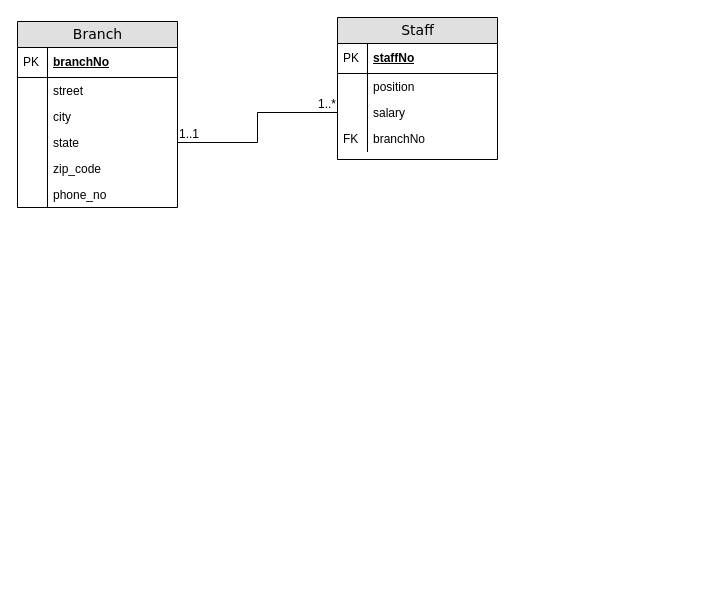
Above: 6623_phase1.drawio in jilv220/UMLs (draw.io), before the change. Source tidied: cells renumbered, new cells numbered last; positions are measured from the earlier drawing's top-left corner, leaving out a move shared by most shapes. Both pictures are drawn from the tidied source at 100%, with x=0, y=0 at pixel (17, 17).
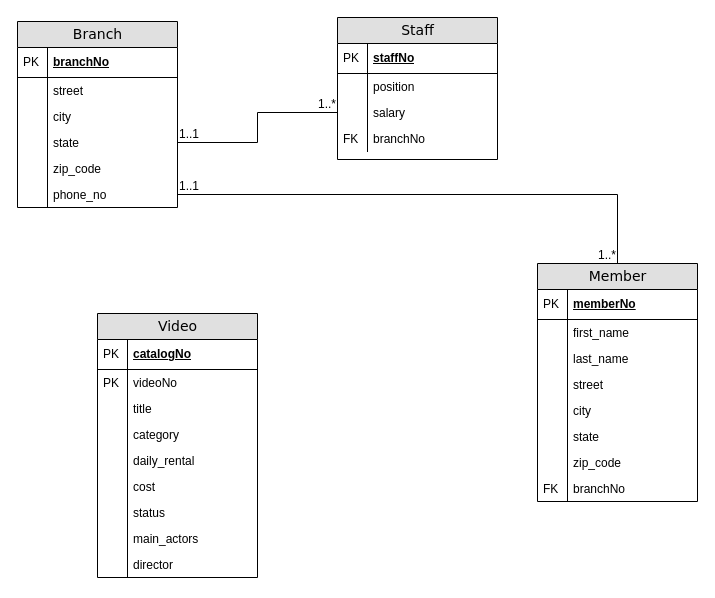
After the change.

The change refers to these unchanged cells:
```xml
<mxCell id="13" value="phone_no" style="shape=partialRectangle;top=0;left=0;right=0;bottom=0;html=1;align=left;verticalAlign=top;fillColor=none;spacingLeft=34;spacingRight=4;whiteSpace=wrap;overflow=hidden;points=[[0,0.5],[1,0.5]];portConstraint=eastwest;" parent="2" vertex="1">
  <mxGeometry y="160" width="160" height="26" as="geometry" />
</mxCell>
```

Diff of the diagram source:
```diff
@@
+    <mxCell id="27" value="Member" style="swimlane;html=1;fontStyle=0;horizontal=1;startSize=26;fillColor=#e0e0e0;swimlaneFillColor=#ffffff;align=center;rounded=0;shadow=0;comic=0;labelBackgroundColor=none;strokeWidth=1;fontFamily=Verdana;fontSize=14;" parent="1" vertex="1">
+      <mxGeometry x="520" y="246" width="160" height="238" as="geometry" />
+    </mxCell>
+    <mxCell id="28" value="memberNo" style="shape=partialRectangle;top=0;left=0;right=0;bottom=1;html=1;align=left;verticalAlign=middle;fillColor=none;spacingLeft=34;spacingRight=4;whiteSpace=wrap;overflow=hidden;fontStyle=5;" parent="27" vertex="1">
+      <mxGeometry y="26" width="160" height="30" as="geometry" />
+    </mxCell>
+    <mxCell id="29" value="PK" style="shape=partialRectangle;top=0;left=0;bottom=0;html=1;fillColor=none;align=left;verticalAlign=middle;spacingLeft=4;spacingRight=4;whiteSpace=wrap;overflow=hidden;" parent="28" vertex="1">
+      <mxGeometry width="30" height="30" as="geometry" />
+    </mxCell>
+    <mxCell id="30" value="first_name" style="shape=partialRectangle;top=0;left=0;right=0;bottom=0;html=1;align=left;verticalAlign=top;fillColor=none;spacingLeft=34;spacingRight=4;whiteSpace=wrap;overflow=hidden;" parent="27" vertex="1">
+      <mxGeometry y="56" width="160" height="26" as="geometry" />
+    </mxCell>
+    <mxCell id="31" style="shape=partialRectangle;top=0;left=0;bottom=0;html=1;fillColor=none;align=left;verticalAlign=top;spacingLeft=4;spacingRight=4;whiteSpace=wrap;overflow=hidden;" parent="30" vertex="1">
+      <mxGeometry width="30" height="26" as="geometry" />
+    </mxCell>
+    <mxCell id="32" value="last_name" style="shape=partialRectangle;top=0;left=0;right=0;bottom=0;html=1;align=left;verticalAlign=top;fillColor=none;spacingLeft=34;spacingRight=4;whiteSpace=wrap;overflow=hidden;" parent="27" vertex="1">
+      <mxGeometry y="82" width="160" height="26" as="geometry" />
+    </mxCell>
+    <mxCell id="33" style="shape=partialRectangle;top=0;left=0;bottom=0;html=1;fillColor=none;align=left;verticalAlign=top;spacingLeft=4;spacingRight=4;whiteSpace=wrap;overflow=hidden;" parent="32" vertex="1">
+      <mxGeometry width="30" height="26" as="geometry" />
+    </mxCell>
+    <mxCell id="34" value="street" style="shape=partialRectangle;top=0;left=0;right=0;bottom=0;html=1;align=left;verticalAlign=top;fillColor=none;spacingLeft=34;spacingRight=4;whiteSpace=wrap;overflow=hidden;" parent="27" vertex="1">
+      <mxGeometry y="108" width="160" height="26" as="geometry" />
+    </mxCell>
+    <mxCell id="35" style="shape=partialRectangle;top=0;left=0;bottom=0;html=1;fillColor=none;align=left;verticalAlign=top;spacingLeft=4;spacingRight=4;whiteSpace=wrap;overflow=hidden;" parent="34" vertex="1">
+      <mxGeometry width="30" height="26" as="geometry" />
+    </mxCell>
+    <mxCell id="36" value="city" style="shape=partialRectangle;top=0;left=0;right=0;bottom=0;html=1;align=left;verticalAlign=top;fillColor=none;spacingLeft=34;spacingRight=4;whiteSpace=wrap;overflow=hidden;" parent="27" vertex="1">
+      <mxGeometry y="134" width="160" height="26" as="geometry" />
+    </mxCell>
+    <mxCell id="37" style="shape=partialRectangle;top=0;left=0;bottom=0;html=1;fillColor=none;align=left;verticalAlign=top;spacingLeft=4;spacingRight=4;whiteSpace=wrap;overflow=hidden;" parent="36" vertex="1">
+      <mxGeometry width="30" height="26" as="geometry" />
+    </mxCell>
+    <mxCell id="38" value="state" style="shape=partialRectangle;top=0;left=0;right=0;bottom=0;html=1;align=left;verticalAlign=top;fillColor=none;spacingLeft=34;spacingRight=4;whiteSpace=wrap;overflow=hidden;" parent="27" vertex="1">
+      <mxGeometry y="160" width="160" height="26" as="geometry" />
+    </mxCell>
+    <mxCell id="39" style="shape=partialRectangle;top=0;left=0;bottom=0;html=1;fillColor=none;align=left;verticalAlign=top;spacingLeft=4;spacingRight=4;whiteSpace=wrap;overflow=hidden;" parent="38" vertex="1">
+      <mxGeometry width="30" height="26" as="geometry" />
+    </mxCell>
+    <mxCell id="40" value="zip_code" style="shape=partialRectangle;top=0;left=0;right=0;bottom=0;html=1;align=left;verticalAlign=top;fillColor=none;spacingLeft=34;spacingRight=4;whiteSpace=wrap;overflow=hidden;" parent="27" vertex="1">
+      <mxGeometry y="186" width="160" height="26" as="geometry" />
+    </mxCell>
+    <mxCell id="41" style="shape=partialRectangle;top=0;left=0;bottom=0;html=1;fillColor=none;align=left;verticalAlign=top;spacingLeft=4;spacingRight=4;whiteSpace=wrap;overflow=hidden;" parent="40" vertex="1">
+      <mxGeometry width="30" height="26" as="geometry" />
+    </mxCell>
+    <mxCell id="42" value="branchNo" style="shape=partialRectangle;top=0;left=0;right=0;bottom=0;html=1;align=left;verticalAlign=top;fillColor=none;spacingLeft=34;spacingRight=4;whiteSpace=wrap;overflow=hidden;" parent="27" vertex="1">
+      <mxGeometry y="212" width="160" height="26" as="geometry" />
+    </mxCell>
+    <mxCell id="43" value="FK" style="shape=partialRectangle;top=0;left=0;bottom=0;html=1;fillColor=none;align=left;verticalAlign=top;spacingLeft=4;spacingRight=4;whiteSpace=wrap;overflow=hidden;" parent="42" vertex="1">
+      <mxGeometry width="30" height="26" as="geometry" />
+    </mxCell>
+    <mxCell id="44" style="endArrow=none;html=1;rounded=0;exitX=1;exitY=0.5;exitDx=0;exitDy=0;entryX=0.5;entryY=0;entryDx=0;entryDy=0;edgeStyle=orthogonalEdgeStyle;" parent="1" edge="1" source="13" target="27">
+      <mxGeometry relative="1" as="geometry" />
+    </mxCell>
+    <mxCell id="45" value="1..1" style="html=1;whiteSpace=wrap;align=left;verticalAlign=bottom;" parent="44" vertex="1">
+      <mxGeometry x="-1" relative="1" as="geometry" />
+    </mxCell>
+    <mxCell id="46" value="1..*" style="html=1;whiteSpace=wrap;align=right;verticalAlign=bottom;" parent="44" vertex="1">
+      <mxGeometry x="1" relative="1" as="geometry" />
+    </mxCell>
+    <mxCell id="47" value="Video" style="swimlane;html=1;fontStyle=0;horizontal=1;startSize=26;fillColor=#e0e0e0;swimlaneFillColor=#ffffff;align=center;rounded=0;shadow=0;comic=0;labelBackgroundColor=none;strokeWidth=1;fontFamily=Verdana;fontSize=14;" parent="1" vertex="1">
+      <mxGeometry x="80" y="296" width="160" height="264" as="geometry" />
+    </mxCell>
+    <mxCell id="48" value="catalogNo" style="shape=partialRectangle;top=0;left=0;right=0;bottom=1;html=1;align=left;verticalAlign=middle;fillColor=none;spacingLeft=34;spacingRight=4;whiteSpace=wrap;overflow=hidden;fontStyle=5;" parent="47" vertex="1">
+      <mxGeometry y="26" width="160" height="30" as="geometry" />
+    </mxCell>
+    <mxCell id="49" value="PK" style="shape=partialRectangle;top=0;left=0;bottom=0;html=1;fillColor=none;align=left;verticalAlign=middle;spacingLeft=4;spacingRight=4;whiteSpace=wrap;overflow=hidden;" parent="48" vertex="1">
+      <mxGeometry width="30" height="30" as="geometry" />
+    </mxCell>
+    <mxCell id="50" value="videoNo" style="shape=partialRectangle;top=0;left=0;right=0;bottom=0;html=1;align=left;verticalAlign=top;fillColor=none;spacingLeft=34;spacingRight=4;whiteSpace=wrap;overflow=hidden;" parent="47" vertex="1">
+      <mxGeometry y="56" width="160" height="26" as="geometry" />
+    </mxCell>
+    <mxCell id="51" value="PK" style="shape=partialRectangle;top=0;left=0;bottom=0;html=1;fillColor=none;align=left;verticalAlign=top;spacingLeft=4;spacingRight=4;whiteSpace=wrap;overflow=hidden;" parent="50" vertex="1">
+      <mxGeometry width="30" height="26" as="geometry" />
+    </mxCell>
+    <mxCell id="52" value="title" style="shape=partialRectangle;top=0;left=0;right=0;bottom=0;html=1;align=left;verticalAlign=top;fillColor=none;spacingLeft=34;spacingRight=4;whiteSpace=wrap;overflow=hidden;" parent="47" vertex="1">
+      <mxGeometry y="82" width="160" height="26" as="geometry" />
+    </mxCell>
+    <mxCell id="53" style="shape=partialRectangle;top=0;left=0;bottom=0;html=1;fillColor=none;align=left;verticalAlign=top;spacingLeft=4;spacingRight=4;whiteSpace=wrap;overflow=hidden;" parent="52" vertex="1">
+      <mxGeometry width="30" height="26" as="geometry" />
+    </mxCell>
+    <mxCell id="54" value="category" style="shape=partialRectangle;top=0;left=0;right=0;bottom=0;html=1;align=left;verticalAlign=top;fillColor=none;spacingLeft=34;spacingRight=4;whiteSpace=wrap;overflow=hidden;" parent="47" vertex="1">
+      <mxGeometry y="108" width="160" height="26" as="geometry" />
+    </mxCell>
+    <mxCell id="55" style="shape=partialRectangle;top=0;left=0;bottom=0;html=1;fillColor=none;align=left;verticalAlign=top;spacingLeft=4;spacingRight=4;whiteSpace=wrap;overflow=hidden;" parent="54" vertex="1">
+      <mxGeometry width="30" height="26" as="geometry" />
+    </mxCell>
+    <mxCell id="56" value="daily_rental" style="shape=partialRectangle;top=0;left=0;right=0;bottom=0;html=1;align=left;verticalAlign=top;fillColor=none;spacingLeft=34;spacingRight=4;whiteSpace=wrap;overflow=hidden;" parent="47" vertex="1">
+      <mxGeometry y="134" width="160" height="26" as="geometry" />
+    </mxCell>
+    <mxCell id="57" style="shape=partialRectangle;top=0;left=0;bottom=0;html=1;fillColor=none;align=left;verticalAlign=top;spacingLeft=4;spacingRight=4;whiteSpace=wrap;overflow=hidden;" parent="56" vertex="1">
+      <mxGeometry width="30" height="26" as="geometry" />
+    </mxCell>
+    <mxCell id="58" value="cost" style="shape=partialRectangle;top=0;left=0;right=0;bottom=0;html=1;align=left;verticalAlign=top;fillColor=none;spacingLeft=34;spacingRight=4;whiteSpace=wrap;overflow=hidden;" parent="47" vertex="1">
+      <mxGeometry y="160" width="160" height="26" as="geometry" />
+    </mxCell>
+    <mxCell id="59" style="shape=partialRectangle;top=0;left=0;bottom=0;html=1;fillColor=none;align=left;verticalAlign=top;spacingLeft=4;spacingRight=4;whiteSpace=wrap;overflow=hidden;" parent="58" vertex="1">
+      <mxGeometry width="30" height="26" as="geometry" />
+    </mxCell>
+    <mxCell id="60" value="status" style="shape=partialRectangle;top=0;left=0;right=0;bottom=0;html=1;align=left;verticalAlign=top;fillColor=none;spacingLeft=34;spacingRight=4;whiteSpace=wrap;overflow=hidden;" parent="47" vertex="1">
+      <mxGeometry y="186" width="160" height="26" as="geometry" />
+    </mxCell>
+    <mxCell id="61" style="shape=partialRectangle;top=0;left=0;bottom=0;html=1;fillColor=none;align=left;verticalAlign=top;spacingLeft=4;spacingRight=4;whiteSpace=wrap;overflow=hidden;" parent="60" vertex="1">
+      <mxGeometry width="30" height="26" as="geometry" />
+    </mxCell>
+    <mxCell id="62" value="main_actors" style="shape=partialRectangle;top=0;left=0;right=0;bottom=0;html=1;align=left;verticalAlign=top;fillColor=none;spacingLeft=34;spacingRight=4;whiteSpace=wrap;overflow=hidden;" parent="47" vertex="1">
+      <mxGeometry y="212" width="160" height="26" as="geometry" />
+    </mxCell>
+    <mxCell id="63" style="shape=partialRectangle;top=0;left=0;bottom=0;html=1;fillColor=none;align=left;verticalAlign=top;spacingLeft=4;spacingRight=4;whiteSpace=wrap;overflow=hidden;" parent="62" vertex="1">
+      <mxGeometry width="30" height="26" as="geometry" />
+    </mxCell>
+    <mxCell id="64" value="director" style="shape=partialRectangle;top=0;left=0;right=0;bottom=0;html=1;align=left;verticalAlign=top;fillColor=none;spacingLeft=34;spacingRight=4;whiteSpace=wrap;overflow=hidden;" parent="47" vertex="1">
+      <mxGeometry y="238" width="160" height="26" as="geometry" />
+    </mxCell>
+    <mxCell id="65" style="shape=partialRectangle;top=0;left=0;bottom=0;html=1;fillColor=none;align=left;verticalAlign=top;spacingLeft=4;spacingRight=4;whiteSpace=wrap;overflow=hidden;" parent="64" vertex="1">
+      <mxGeometry width="30" height="26" as="geometry" />
+    </mxCell>
```
